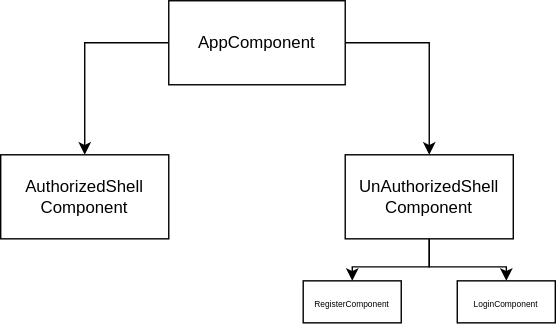
Above: diagrams/Anular component's hierarchy.svg in arturgawlik/WorkTimeNotebookMat (draw.io), before the change. Source tidied: cells renumbered, new cells last; positions are measured from the earlier drawing's top-left corner, leaving out a move shared by most shapes.
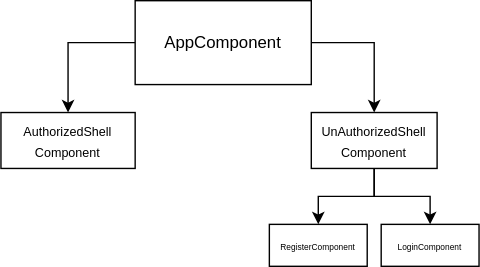
The same diagram one commit later.

The edit, as a diff of the source:
```diff
@@ -11,8 +11,8 @@
     <mxCell id="4" value="AppComponent" style="rounded=0;whiteSpace=wrap;html=1;" parent="1" vertex="1">
       <mxGeometry x="120" width="126" height="60" as="geometry" />
     </mxCell>
-    <mxCell id="5" value="AuthorizedShell&lt;br&gt;Component" style="rounded=0;whiteSpace=wrap;html=1;" parent="1" vertex="1">
-      <mxGeometry y="110" width="120" height="60" as="geometry" />
+    <mxCell id="5" value="&lt;font style=&quot;font-size: 9px&quot;&gt;AuthorizedShell&lt;br&gt;Component&lt;/font&gt;" style="rounded=0;whiteSpace=wrap;html=1;" parent="1" vertex="1">
+      <mxGeometry x="24" y="80" width="96" height="40" as="geometry" />
     </mxCell>
     <mxCell id="6" style="edgeStyle=orthogonalEdgeStyle;rounded=0;jettySize=auto;html=1;exitX=0.5;exitY=1;exitDx=0;exitDy=0;" parent="1" edge="1" source="8" target="10">
       <mxGeometry relative="1" as="geometry" />
@@ -20,14 +20,14 @@
     <mxCell id="7" style="edgeStyle=orthogonalEdgeStyle;rounded=0;jettySize=auto;html=1;exitX=0.5;exitY=1;exitDx=0;exitDy=0;" parent="1" edge="1" source="8" target="9">
       <mxGeometry relative="1" as="geometry" />
     </mxCell>
-    <mxCell id="8" value="UnAuthorizedShell&lt;br&gt;Component" style="rounded=0;whiteSpace=wrap;html=1;" parent="1" vertex="1">
-      <mxGeometry x="246" y="110" width="120" height="60" as="geometry" />
+    <mxCell id="8" value="&lt;font style=&quot;font-size: 9px&quot;&gt;UnAuthorizedShell&lt;br&gt;Component&lt;/font&gt;" style="rounded=0;whiteSpace=wrap;html=1;" parent="1" vertex="1">
+      <mxGeometry x="246" y="80" width="90" height="40" as="geometry" />
     </mxCell>
     <mxCell id="9" value="&lt;font style=&quot;font-size: 6px&quot;&gt;LoginComponent&lt;/font&gt;" style="rounded=0;whiteSpace=wrap;html=1;" parent="1" vertex="1">
-      <mxGeometry x="326" y="200" width="70" height="30" as="geometry" />
+      <mxGeometry x="296" y="160" width="70" height="30" as="geometry" />
     </mxCell>
     <mxCell id="10" value="&lt;font style=&quot;font-size: 6px&quot;&gt;RegisterComponent&lt;/font&gt;" style="rounded=0;whiteSpace=wrap;html=1;" parent="1" vertex="1">
-      <mxGeometry x="216" y="200" width="70" height="30" as="geometry" />
+      <mxGeometry x="216" y="160" width="70" height="30" as="geometry" />
     </mxCell>
   </root>
 </mxGraphModel>
```
